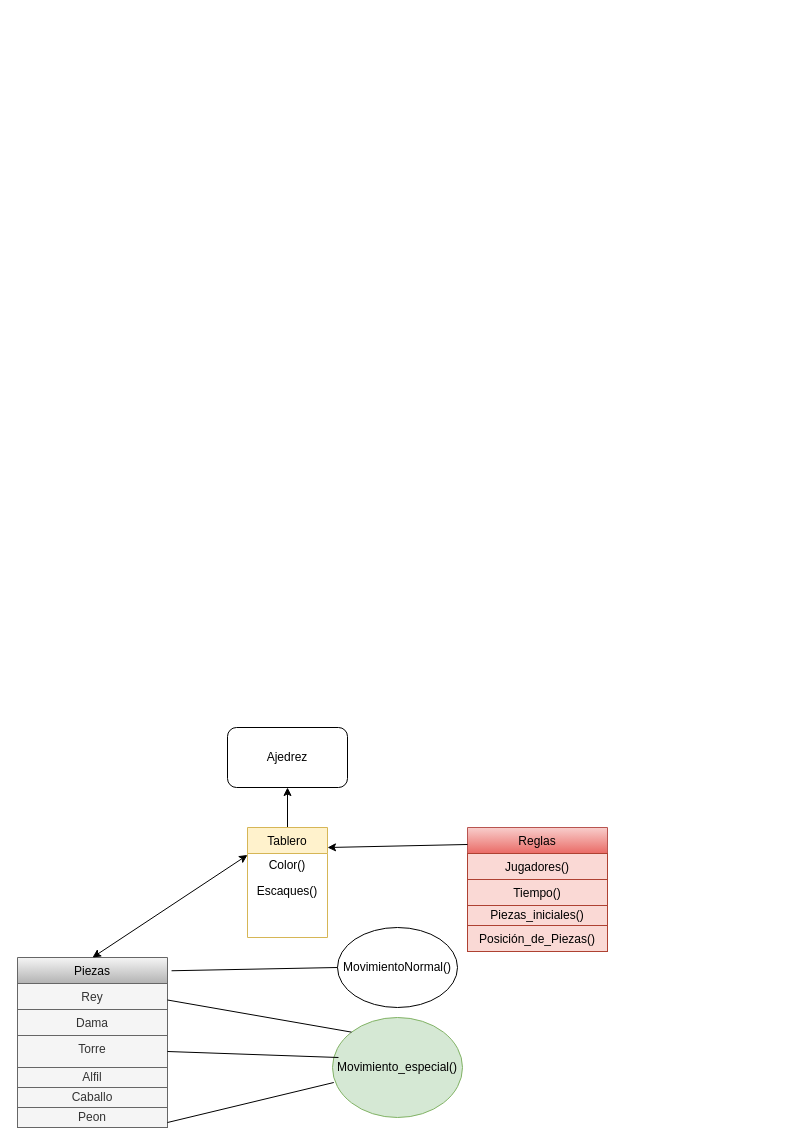
Before: ChessDiagram.drawio in BROC95/JavaExerciseMinTicUTP, a draw.io diagram. Source tidied: cells renumbered, new cells numbered last; positions are measured from the earlier drawing's top-left corner, leaving out a move shared by most shapes. Both pictures are drawn from the tidied source at 100%, with x=0, y=0 at pixel (17, 727).
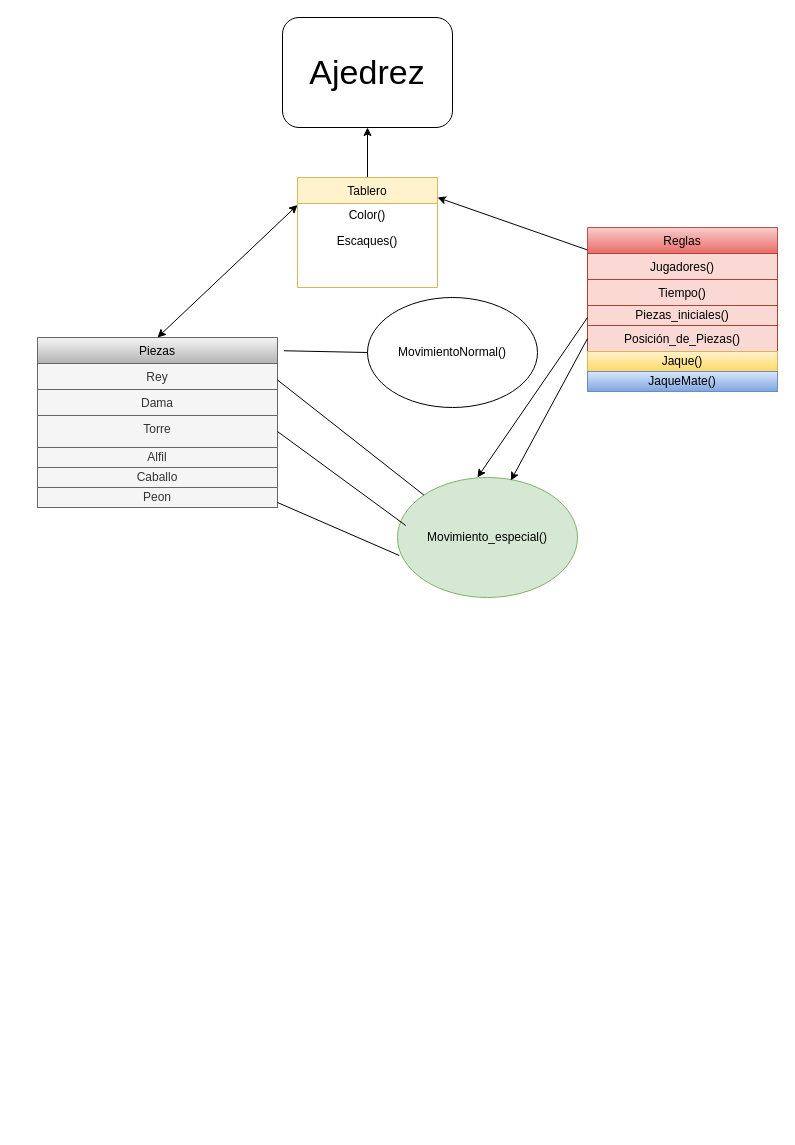
The same diagram, later.

The edit, as a diff of the source:
```diff
@@
     <mxCell id="2" value="Piezas" style="swimlane;fontStyle=0;horizontal=1;startSize=26;fillColor=#f5f5f5;strokeColor=#666666;gradientColor=#b3b3b3;" parent="1" vertex="1">
-      <mxGeometry y="230" width="150" height="170" as="geometry" />
+      <mxGeometry x="20" y="-390" width="240" height="170" as="geometry" />
     </mxCell>
     <mxCell id="3" value="Rey" style="text;strokeColor=#666666;fillColor=#f5f5f5;align=center;verticalAlign=top;spacingLeft=4;spacingRight=4;overflow=hidden;fontColor=#333333;" parent="2" vertex="1">
-      <mxGeometry y="26" width="150" height="26" as="geometry" />
+      <mxGeometry y="26" width="240" height="26" as="geometry" />
     </mxCell>
     <mxCell id="4" value="Dama" style="text;strokeColor=#666666;fillColor=#f5f5f5;align=center;verticalAlign=top;spacingLeft=4;spacingRight=4;overflow=hidden;fontColor=#333333;" parent="2" vertex="1">
-      <mxGeometry y="52" width="150" height="26" as="geometry" />
+      <mxGeometry y="52" width="240" height="26" as="geometry" />
     </mxCell>
     <mxCell id="5" value="Torre" style="text;strokeColor=#666666;fillColor=#f5f5f5;align=center;verticalAlign=top;spacingLeft=4;spacingRight=4;overflow=hidden;points=[[0,0.5],[1,0.5]];portConstraint=eastwest;fontColor=#333333;" parent="2" vertex="1">
-      <mxGeometry y="78" width="150" height="32" as="geometry" />
+      <mxGeometry y="78" width="240" height="32" as="geometry" />
     </mxCell>
     <mxCell id="6" value="Alfil" style="text;html=1;strokeColor=#666666;fillColor=#f5f5f5;align=center;verticalAlign=middle;whiteSpace=wrap;rounded=0;fontColor=#333333;" parent="2" vertex="1">
-      <mxGeometry y="110" width="150" height="20" as="geometry" />
+      <mxGeometry y="110" width="240" height="20" as="geometry" />
     </mxCell>
     <mxCell id="7" value="Caballo" style="text;html=1;strokeColor=#666666;fillColor=#f5f5f5;align=center;verticalAlign=middle;whiteSpace=wrap;rounded=0;fontColor=#333333;" parent="2" vertex="1">
-      <mxGeometry y="130" width="150" height="20" as="geometry" />
+      <mxGeometry y="130" width="240" height="20" as="geometry" />
     </mxCell>
     <mxCell id="8" value="Peon" style="text;html=1;strokeColor=#666666;fillColor=#f5f5f5;align=center;verticalAlign=middle;whiteSpace=wrap;rounded=0;fontColor=#333333;" parent="2" vertex="1">
-      <mxGeometry y="150" width="150" height="20" as="geometry" />
+      <mxGeometry y="150" width="240" height="20" as="geometry" />
     </mxCell>
@@
     <mxCell id="10" value="Tablero" style="swimlane;fontStyle=0;horizontal=1;startSize=26;align=center;fillColor=#fff2cc;strokeColor=#d6b656;" parent="1" vertex="1">
-      <mxGeometry x="230" y="100" width="80" height="110" as="geometry" />
+      <mxGeometry x="280" y="-550" width="140" height="110" as="geometry" />
     </mxCell>
     <mxCell id="11" value="Color()" style="text;html=1;strokeColor=none;fillColor=none;align=center;verticalAlign=middle;whiteSpace=wrap;rounded=0;" parent="10" vertex="1">
-      <mxGeometry y="26" width="80" height="24" as="geometry" />
+      <mxGeometry y="26" width="140" height="24" as="geometry" />
     </mxCell>
     <mxCell id="12" value="Escaques()" style="text;strokeColor=none;fillColor=none;align=center;verticalAlign=top;spacingLeft=4;spacingRight=4;overflow=hidden;" parent="10" vertex="1">
-      <mxGeometry y="50" width="80" height="60" as="geometry" />
+      <mxGeometry y="50" width="140" height="60" as="geometry" />
     </mxCell>
     <mxCell id="13" value="MovimientoNormal()" style="ellipse;whiteSpace=wrap;html=1;gradientColor=#FFFFFF;align=center;" parent="1" vertex="1">
-      <mxGeometry x="320" y="200" width="120" height="80" as="geometry" />
+      <mxGeometry x="350" y="-430" width="170" height="110" as="geometry" />
     </mxCell>
     <mxCell id="14" value="Movimiento_especial()" style="ellipse;whiteSpace=wrap;html=1;align=center;labelBackgroundColor=none;fillColor=#d5e8d4;strokeColor=#82b366;" parent="1" vertex="1">
-      <mxGeometry x="315" y="290" width="130" height="100" as="geometry" />
+      <mxGeometry x="380" y="-250" width="180" height="120" as="geometry" />
     </mxCell>
@@
     <mxCell id="20" value="Reglas" style="swimlane;fontStyle=0;horizontal=1;startSize=26;align=center;fillColor=#f8cecc;strokeColor=#b85450;gradientColor=#ea6b66;" parent="1" vertex="1">
-      <mxGeometry x="450" y="100" width="140" height="124" as="geometry" />
+      <mxGeometry x="570" y="-500" width="190" height="164" as="geometry" />
     </mxCell>
     <mxCell id="21" value="Jugadores()" style="text;strokeColor=#ae4132;fillColor=#fad9d5;align=center;verticalAlign=top;spacingLeft=4;spacingRight=4;overflow=hidden;" parent="20" vertex="1">
-      <mxGeometry y="26" width="140" height="26" as="geometry" />
+      <mxGeometry y="26" width="190" height="26" as="geometry" />
     </mxCell>
     <mxCell id="22" value="Tiempo()" style="text;strokeColor=#ae4132;fillColor=#fad9d5;align=center;verticalAlign=top;spacingLeft=4;spacingRight=4;overflow=hidden;" parent="20" vertex="1">
-      <mxGeometry y="52" width="140" height="26" as="geometry" />
+      <mxGeometry y="52" width="190" height="26" as="geometry" />
     </mxCell>
     <mxCell id="23" value="Piezas_iniciales()" style="text;html=1;strokeColor=#ae4132;fillColor=#fad9d5;align=center;verticalAlign=middle;whiteSpace=wrap;rounded=0;" parent="20" vertex="1">
-      <mxGeometry y="78" width="140" height="20" as="geometry" />
+      <mxGeometry y="78" width="190" height="20" as="geometry" />
     </mxCell>
     <mxCell id="24" value="Posición_de_Piezas()" style="text;strokeColor=#ae4132;fillColor=#fad9d5;align=center;verticalAlign=top;spacingLeft=4;spacingRight=4;overflow=hidden;points=[[0,0.5],[1,0.5]];portConstraint=eastwest;" parent="20" vertex="1">
-      <mxGeometry y="98" width="140" height="26" as="geometry" />
+      <mxGeometry y="98" width="190" height="26" as="geometry" />
     </mxCell>
+    <mxCell id="27" value="Jaque()" style="text;html=1;strokeColor=#d6b656;fillColor=#fff2cc;align=center;verticalAlign=middle;whiteSpace=wrap;rounded=0;labelBackgroundColor=none;gradientColor=#ffd966;" parent="20" vertex="1">
+      <mxGeometry y="124" width="190" height="20" as="geometry" />
+    </mxCell>
+    <mxCell id="28" value="JaqueMate()" style="text;html=1;strokeColor=#6c8ebf;fillColor=#dae8fc;align=center;verticalAlign=middle;whiteSpace=wrap;rounded=0;labelBackgroundColor=none;gradientColor=#7ea6e0;" parent="20" vertex="1">
+      <mxGeometry y="144" width="190" height="20" as="geometry" />
+    </mxCell>
-    <mxCell id="25" value="Ajedrez" style="rounded=1;whiteSpace=wrap;html=1;gradientColor=#FFFFFF;align=center;" parent="1" vertex="1">
-      <mxGeometry x="210" width="120" height="60" as="geometry" />
+    <mxCell id="25" value="&lt;font style=&quot;font-size: 34px&quot;&gt;Ajedrez&lt;/font&gt;" style="rounded=1;whiteSpace=wrap;html=1;gradientColor=#FFFFFF;align=center;" parent="1" vertex="1">
+      <mxGeometry x="265" y="-710" width="170" height="110" as="geometry" />
     </mxCell>
@@
+    <mxCell id="29" style="endArrow=classic;html=1;entryX=0.63;entryY=0.025;entryDx=0;entryDy=0;entryPerimeter=0;exitX=0;exitY=0.5;exitDx=0;exitDy=0;" parent="1" edge="1" source="24" target="14">
+      <mxGeometry relative="1" as="geometry" />
+    </mxCell>
+    <mxCell id="30" style="endArrow=classic;html=1;entryX=0.444;entryY=0;entryDx=0;entryDy=0;entryPerimeter=0;" parent="1" edge="1" target="14">
+      <mxGeometry relative="1" as="geometry">
+        <mxPoint x="570" y="-410" as="sourcePoint" />
+      </mxGeometry>
+    </mxCell>
```
